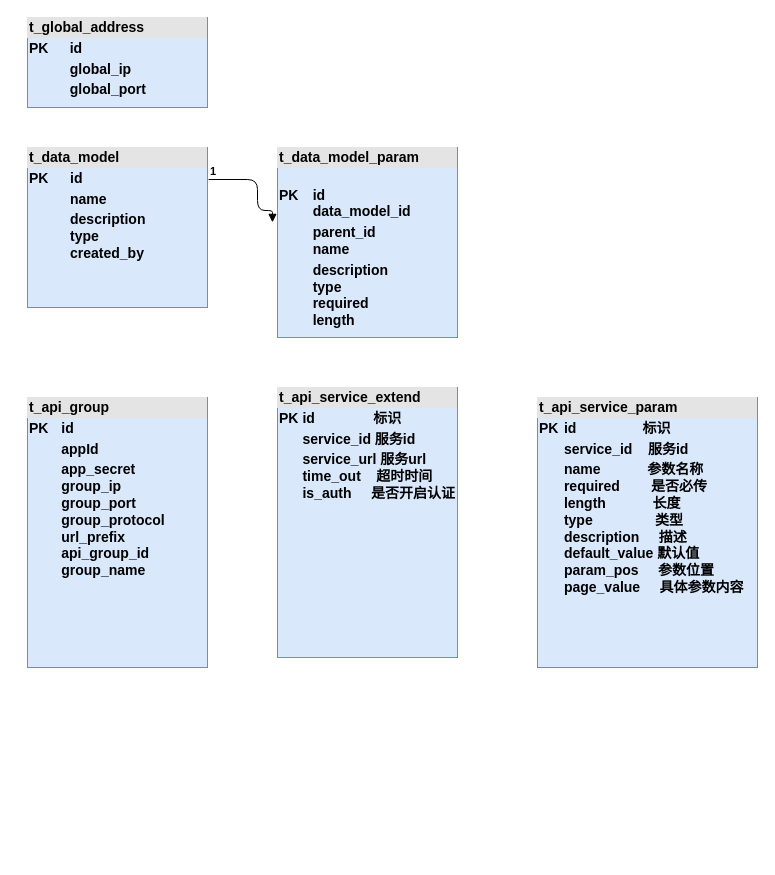
Earlier version of the draw.io diagram page "表结构新增" (1 of 6) of 国税总局迭代三设计.drawio (helemile/notes). Source tidied: cells renumbered, new cells numbered last; positions are measured from the earlier drawing's top-left corner, leaving out a move shared by most shapes. Both pictures are drawn from the tidied source at 100%, with x=0, y=0 at pixel (27, 17).
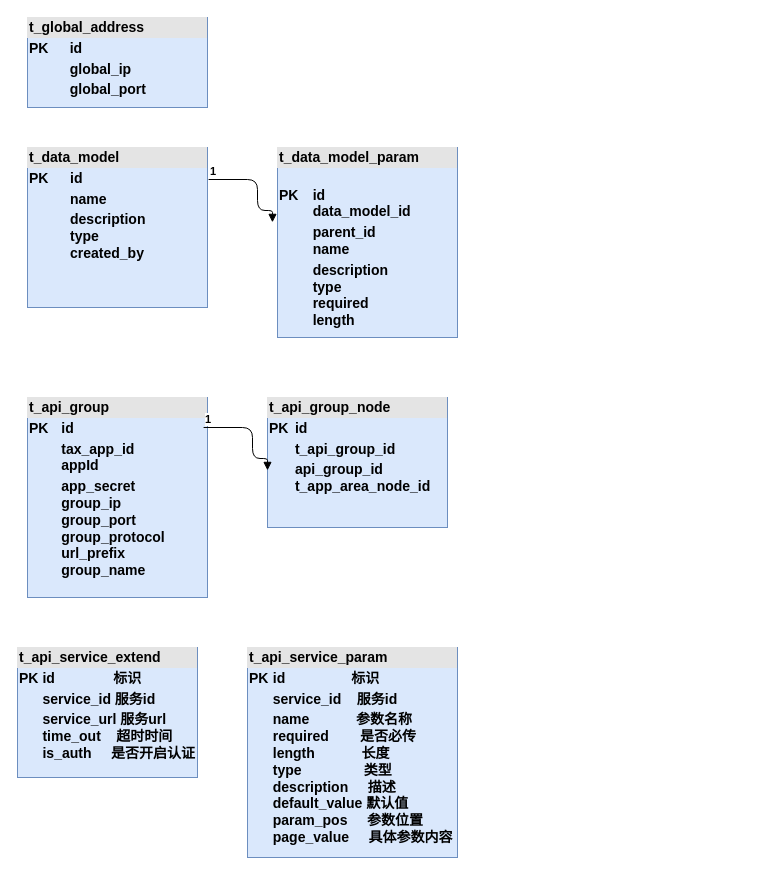
The same page after the edit.

Change to the diagram source:
```diff
@@
 <mxGraphModel>
   <root>
     <mxCell id="0" />
     <mxCell id="1" parent="0" />
     <mxCell id="2" value="&lt;div style=&quot;box-sizing: border-box ; width: 100% ; background: #e4e4e4 ; padding: 2px&quot;&gt;t_data_model&lt;/div&gt;&lt;table style=&quot;width: 100% ; font-size: 1em&quot; cellpadding=&quot;2&quot; cellspacing=&quot;0&quot;&gt;&lt;tbody&gt;&lt;tr&gt;&lt;td&gt;PK&lt;/td&gt;&lt;td&gt;id&lt;/td&gt;&lt;/tr&gt;&lt;tr&gt;&lt;td&gt;&lt;br&gt;&lt;/td&gt;&lt;td&gt;&lt;span&gt;name&lt;/span&gt;&lt;br&gt;&lt;/td&gt;&lt;/tr&gt;&lt;tr&gt;&lt;td&gt;&lt;/td&gt;&lt;td&gt;&lt;span&gt;description&lt;br&gt;&lt;/span&gt;type&lt;br&gt;created_by&lt;br&gt;&lt;/td&gt;&lt;/tr&gt;&lt;/tbody&gt;&lt;/table&gt;" style="verticalAlign=top;align=left;overflow=fill;html=1;fontSize=14;fillColor=#dae8fc;strokeColor=#6c8ebf;fontStyle=1;" parent="1" vertex="1">
       <mxGeometry y="130" width="180" height="160" as="geometry" />
     </mxCell>
     <mxCell id="3" value="&lt;div style=&quot;box-sizing: border-box ; width: 100% ; background: #e4e4e4 ; padding: 2px&quot;&gt;t_global_address&lt;/div&gt;&lt;table style=&quot;width: 100% ; font-size: 1em&quot; cellpadding=&quot;2&quot; cellspacing=&quot;0&quot;&gt;&lt;tbody&gt;&lt;tr&gt;&lt;td&gt;PK&lt;/td&gt;&lt;td&gt;id&lt;/td&gt;&lt;/tr&gt;&lt;tr&gt;&lt;td&gt;&lt;br&gt;&lt;/td&gt;&lt;td&gt;global_ip&lt;/td&gt;&lt;/tr&gt;&lt;tr&gt;&lt;td&gt;&lt;/td&gt;&lt;td&gt;global_port&lt;br&gt;&lt;/td&gt;&lt;/tr&gt;&lt;/tbody&gt;&lt;/table&gt;" style="verticalAlign=top;align=left;overflow=fill;html=1;fontSize=14;fillColor=#dae8fc;strokeColor=#6c8ebf;fontStyle=1;" parent="1" vertex="1">
       <mxGeometry width="180" height="90" as="geometry" />
     </mxCell>
-    <mxCell id="4" value="&lt;div style=&quot;box-sizing: border-box ; width: 100% ; background: #e4e4e4 ; padding: 2px&quot;&gt;t_api_group&lt;/div&gt;&lt;table style=&quot;width: 100% ; font-size: 1em&quot; cellpadding=&quot;2&quot; cellspacing=&quot;0&quot;&gt;&lt;tbody&gt;&lt;tr&gt;&lt;td&gt;PK&lt;/td&gt;&lt;td&gt;id&lt;/td&gt;&lt;/tr&gt;&lt;tr&gt;&lt;td&gt;&lt;br&gt;&lt;/td&gt;&lt;td&gt;&lt;span&gt;appId&lt;/span&gt;&lt;br&gt;&lt;/td&gt;&lt;/tr&gt;&lt;tr&gt;&lt;td&gt;&lt;/td&gt;&lt;td&gt;&lt;span&gt;app_secret&lt;br&gt;&lt;/span&gt;group_ip&lt;br&gt;group_port&lt;br&gt;group_protocol&lt;br&gt;url_prefix&lt;br&gt;api_group_id&lt;br&gt;group_name&lt;/td&gt;&lt;/tr&gt;&lt;/tbody&gt;&lt;/table&gt;" style="verticalAlign=top;align=left;overflow=fill;html=1;fontSize=14;fillColor=#dae8fc;strokeColor=#6c8ebf;fontStyle=1;" parent="1" vertex="1">
-      <mxGeometry y="380" width="180" height="270" as="geometry" />
+    <mxCell id="4" value="&lt;div style=&quot;box-sizing: border-box ; width: 100% ; background: #e4e4e4 ; padding: 2px&quot;&gt;t_api_group&lt;/div&gt;&lt;table style=&quot;width: 100% ; font-size: 1em&quot; cellpadding=&quot;2&quot; cellspacing=&quot;0&quot;&gt;&lt;tbody&gt;&lt;tr&gt;&lt;td&gt;PK&lt;/td&gt;&lt;td&gt;id&lt;/td&gt;&lt;/tr&gt;&lt;tr&gt;&lt;td&gt;&lt;br&gt;&lt;/td&gt;&lt;td&gt;&lt;span&gt;tax_app_id&lt;br&gt;appId&lt;/span&gt;&lt;br&gt;&lt;/td&gt;&lt;/tr&gt;&lt;tr&gt;&lt;td&gt;&lt;/td&gt;&lt;td&gt;&lt;span&gt;app_secret&lt;br&gt;&lt;/span&gt;group_ip&lt;br&gt;group_port&lt;br&gt;group_protocol&lt;br&gt;url_prefix&lt;br&gt;group_name&lt;br&gt;&lt;br&gt;&lt;/td&gt;&lt;/tr&gt;&lt;/tbody&gt;&lt;/table&gt;" style="verticalAlign=top;align=left;overflow=fill;html=1;fontSize=14;fillColor=#dae8fc;strokeColor=#6c8ebf;fontStyle=1;" parent="1" vertex="1">
+      <mxGeometry y="380" width="180" height="200" as="geometry" />
     </mxCell>
     <mxCell id="5" value="&lt;div style=&quot;box-sizing: border-box ; width: 100% ; background: #e4e4e4 ; padding: 2px&quot;&gt;t_api_service_extend&lt;/div&gt;&lt;table style=&quot;width: 100% ; font-size: 1em&quot; cellpadding=&quot;2&quot; cellspacing=&quot;0&quot;&gt;&lt;tbody&gt;&lt;tr&gt;&lt;td&gt;PK&lt;/td&gt;&lt;td&gt;id&amp;nbsp; &amp;nbsp; &amp;nbsp; &amp;nbsp; &amp;nbsp; &amp;nbsp; &amp;nbsp; &amp;nbsp;标识&lt;/td&gt;&lt;/tr&gt;&lt;tr&gt;&lt;td&gt;&lt;br&gt;&lt;/td&gt;&lt;td&gt;&lt;span&gt;service_id 服务id&lt;/span&gt;&lt;br&gt;&lt;/td&gt;&lt;/tr&gt;&lt;tr&gt;&lt;td&gt;&lt;/td&gt;&lt;td&gt;&lt;span&gt;service_url 服务url&lt;br&gt;&lt;/span&gt;time_out&amp;nbsp; &amp;nbsp; 超时时间&lt;br&gt;is_auth&amp;nbsp; &amp;nbsp; &amp;nbsp;是否开启认证&lt;br&gt;&lt;br&gt;&lt;/td&gt;&lt;/tr&gt;&lt;/tbody&gt;&lt;/table&gt;" style="verticalAlign=top;align=left;overflow=fill;html=1;fontSize=14;fillColor=#dae8fc;strokeColor=#6c8ebf;fontStyle=1;" parent="1" vertex="1">
-      <mxGeometry x="250" y="370" width="180" height="270" as="geometry" />
+      <mxGeometry x="-10" y="630" width="180" height="130" as="geometry" />
     </mxCell>
     <mxCell id="6" value="&lt;div style=&quot;box-sizing: border-box ; width: 100% ; background: #e4e4e4 ; padding: 2px&quot;&gt;t_api_service_param&lt;/div&gt;&lt;table style=&quot;width: 100% ; font-size: 1em&quot; cellpadding=&quot;2&quot; cellspacing=&quot;0&quot;&gt;&lt;tbody&gt;&lt;tr&gt;&lt;td&gt;PK&lt;/td&gt;&lt;td&gt;id&amp;nbsp; &amp;nbsp; &amp;nbsp; &amp;nbsp; &amp;nbsp; &amp;nbsp; &amp;nbsp; &amp;nbsp; &amp;nbsp;标识&lt;/td&gt;&lt;/tr&gt;&lt;tr&gt;&lt;td&gt;&lt;br&gt;&lt;/td&gt;&lt;td&gt;&lt;span&gt;service_id&amp;nbsp; &amp;nbsp; 服务id&lt;/span&gt;&lt;br&gt;&lt;/td&gt;&lt;/tr&gt;&lt;tr&gt;&lt;td&gt;&lt;/td&gt;&lt;td&gt;&lt;span&gt;name&amp;nbsp; &amp;nbsp; &amp;nbsp; &amp;nbsp; &amp;nbsp; &amp;nbsp; 参数名称&lt;br&gt;&lt;/span&gt;required&amp;nbsp; &amp;nbsp; &amp;nbsp; &amp;nbsp; 是否必传&lt;br&gt;length&amp;nbsp; &amp;nbsp; &amp;nbsp; &amp;nbsp; &amp;nbsp; &amp;nbsp; 长度&lt;br&gt;type&amp;nbsp; &amp;nbsp; &amp;nbsp; &amp;nbsp; &amp;nbsp; &amp;nbsp; &amp;nbsp; &amp;nbsp; 类型&lt;br&gt;description&amp;nbsp; &amp;nbsp; &amp;nbsp;描述&lt;br&gt;default_value 默认值&lt;br&gt;param_pos&amp;nbsp; &amp;nbsp; &amp;nbsp;参数位置&lt;br&gt;page_value&amp;nbsp; &amp;nbsp; &amp;nbsp;具体参数内容&lt;br&gt;&lt;br&gt;&lt;/td&gt;&lt;/tr&gt;&lt;/tbody&gt;&lt;/table&gt;" style="verticalAlign=top;align=left;overflow=fill;html=1;fontSize=14;fillColor=#dae8fc;strokeColor=#6c8ebf;fontStyle=1;" parent="1" vertex="1">
-      <mxGeometry x="510" y="380" width="220" height="270" as="geometry" />
+      <mxGeometry x="220" y="630" width="210" height="210" as="geometry" />
     </mxCell>
     <mxCell id="7" value="&lt;div style=&quot;box-sizing: border-box ; width: 100% ; background: #e4e4e4 ; padding: 2px&quot;&gt;t_data_model_param&lt;/div&gt;&lt;table style=&quot;width: 100% ; font-size: 1em&quot; cellpadding=&quot;2&quot; cellspacing=&quot;0&quot;&gt;&lt;tbody&gt;&lt;tr&gt;&lt;td&gt;PK&lt;/td&gt;&lt;td&gt;&lt;br&gt;id&lt;br&gt;data_model_id&lt;/td&gt;&lt;/tr&gt;&lt;tr&gt;&lt;td&gt;&lt;br&gt;&lt;/td&gt;&lt;td&gt;&lt;span&gt;parent_id&lt;br&gt;name&lt;/span&gt;&lt;br&gt;&lt;/td&gt;&lt;/tr&gt;&lt;tr&gt;&lt;td&gt;&lt;/td&gt;&lt;td&gt;&lt;span&gt;description&lt;br&gt;&lt;/span&gt;type&lt;br&gt;required&lt;br&gt;length&lt;/td&gt;&lt;/tr&gt;&lt;/tbody&gt;&lt;/table&gt;" style="verticalAlign=top;align=left;overflow=fill;html=1;fontSize=14;fillColor=#dae8fc;strokeColor=#6c8ebf;fontStyle=1;" parent="1" vertex="1">
       <mxGeometry x="250" y="130" width="180" height="190" as="geometry" />
     </mxCell>
     <mxCell id="8" style="endArrow=block;endFill=1;html=1;edgeStyle=orthogonalEdgeStyle;align=left;verticalAlign=top;fontSize=14;exitX=1.006;exitY=0.2;exitDx=0;exitDy=0;exitPerimeter=0;entryX=-0.028;entryY=0.394;entryDx=0;entryDy=0;entryPerimeter=0;fontStyle=1;" parent="1" edge="1" source="2" target="7">
       <mxGeometry x="-1" relative="1" as="geometry">
         <Array as="points">
           <mxPoint x="230" y="162" />
           <mxPoint x="230" y="193" />
         </Array>
       </mxGeometry>
     </mxCell>
     <mxCell id="9" value="1" style="edgeLabel;html=1;align=left;verticalAlign=bottom;fontStyle=1;" parent="8" vertex="1">
       <mxGeometry x="-1" relative="1" as="geometry" />
     </mxCell>
+    <mxCell id="10" value="&lt;div style=&quot;box-sizing: border-box ; width: 100% ; background: #e4e4e4 ; padding: 2px&quot;&gt;t_api_group_node&lt;/div&gt;&lt;table style=&quot;width: 100% ; font-size: 1em&quot; cellpadding=&quot;2&quot; cellspacing=&quot;0&quot;&gt;&lt;tbody&gt;&lt;tr&gt;&lt;td&gt;PK&lt;/td&gt;&lt;td&gt;id&lt;/td&gt;&lt;/tr&gt;&lt;tr&gt;&lt;td&gt;&lt;br&gt;&lt;/td&gt;&lt;td&gt;&lt;span&gt;t_api_group_id&lt;/span&gt;&lt;br&gt;&lt;/td&gt;&lt;/tr&gt;&lt;tr&gt;&lt;td&gt;&lt;/td&gt;&lt;td&gt;api_group_id&lt;br&gt;t_app_area_node_id&lt;/td&gt;&lt;/tr&gt;&lt;/tbody&gt;&lt;/table&gt;" style="verticalAlign=top;align=left;overflow=fill;html=1;fontSize=14;fillColor=#dae8fc;strokeColor=#6c8ebf;fontStyle=1;" parent="1" vertex="1">
+      <mxGeometry x="240" y="380" width="180" height="130" as="geometry" />
+    </mxCell>
+    <mxCell id="11" style="endArrow=block;endFill=1;html=1;edgeStyle=orthogonalEdgeStyle;align=left;verticalAlign=top;fontSize=14;exitX=1.006;exitY=0.2;exitDx=0;exitDy=0;exitPerimeter=0;entryX=-0.028;entryY=0.394;entryDx=0;entryDy=0;entryPerimeter=0;fontStyle=1;" parent="1" edge="1">
+      <mxGeometry x="-1" relative="1" as="geometry">
+        <mxPoint x="176.1" y="410" as="sourcePoint" />
+        <mxPoint x="240" y="452.9" as="targetPoint" />
+        <Array as="points">
+          <mxPoint x="225" y="410" />
+          <mxPoint x="225" y="441" />
+          <mxPoint x="240" y="441" />
+        </Array>
+      </mxGeometry>
+    </mxCell>
+    <mxCell id="12" value="1" style="edgeLabel;html=1;align=left;verticalAlign=bottom;fontStyle=1;" parent="11" vertex="1">
+      <mxGeometry x="-1" relative="1" as="geometry" />
+    </mxCell>
   </root>
 </mxGraphModel>
```
